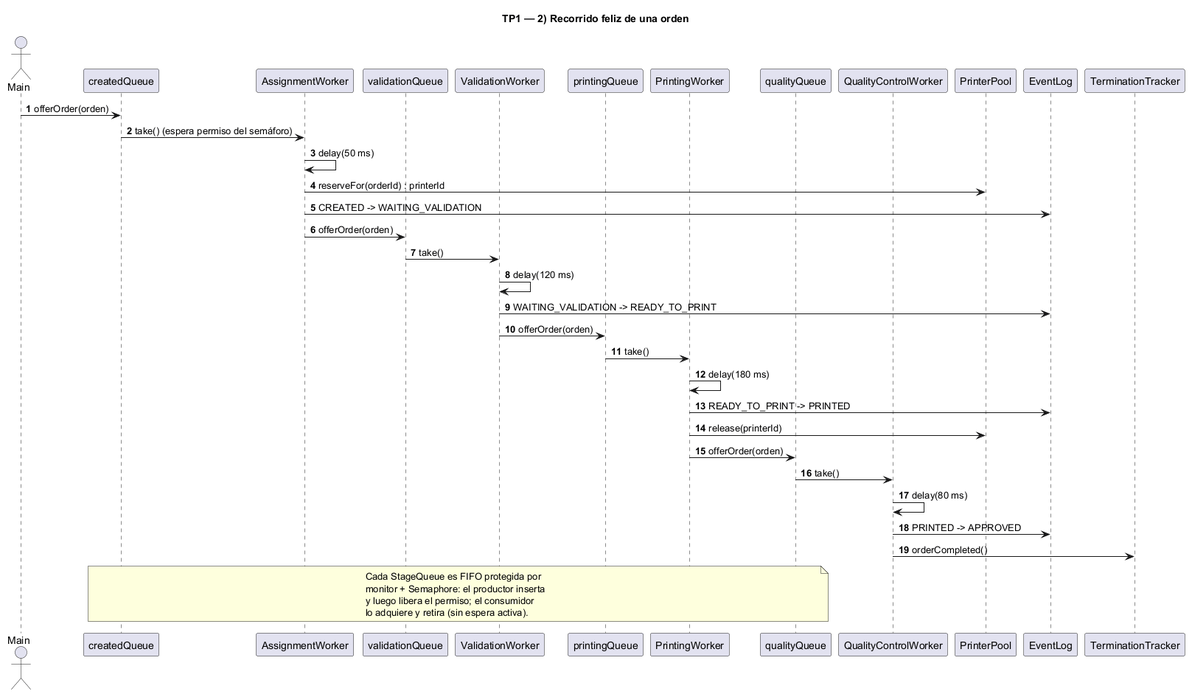
This is docs/diagramasSimples/diagrama-secuencia-2-recorrido.png from ValentinoZucchellaPaz/tp1-pcyp-2026, a PlantUML export, as it was before one commit. Its diagram source:
```plantuml
@startuml diagrama-secuencia-2-recorrido
title TP1 — 2) Recorrido feliz de una orden
autonumber

actor Main
participant "createdQueue" as CQ
participant "AssignmentWorker" as AW
participant "validationQueue" as VQ
participant "ValidationWorker" as VW
participant "printingQueue" as PQ
participant "PrintingWorker" as PW
participant "qualityQueue" as QQ
participant "QualityControlWorker" as QW
participant "PrinterPool" as PP
participant "EventLog" as EL
participant "TerminationTracker" as TT

Main -> CQ : offerOrder(orden)
CQ -> AW : take() (espera permiso del semáforo)
AW -> AW : delay(50 ms)
AW -> PP : reserveFor(orderId) : printerId
AW -> EL : CREATED -> WAITING_VALIDATION
AW -> VQ : offerOrder(orden)

VQ -> VW : take()
VW -> VW : delay(120 ms)
VW -> EL : WAITING_VALIDATION -> READY_TO_PRINT
VW -> PQ : offerOrder(orden)

PQ -> PW : take()
PW -> PW : delay(180 ms)
PW -> EL : READY_TO_PRINT -> PRINTED
PW -> PP : release(printerId)
PW -> QQ : offerOrder(orden)

QQ -> QW : take()
QW -> QW : delay(80 ms)
QW -> EL : PRINTED -> APPROVED
QW -> TT : orderCompleted()

note over CQ, QQ
  Cada StageQueue es FIFO protegida por
  monitor + Semaphore: el productor inserta
  y luego libera el permiso; el consumidor
  lo adquiere y retira (sin espera activa).
end note

@enduml
```
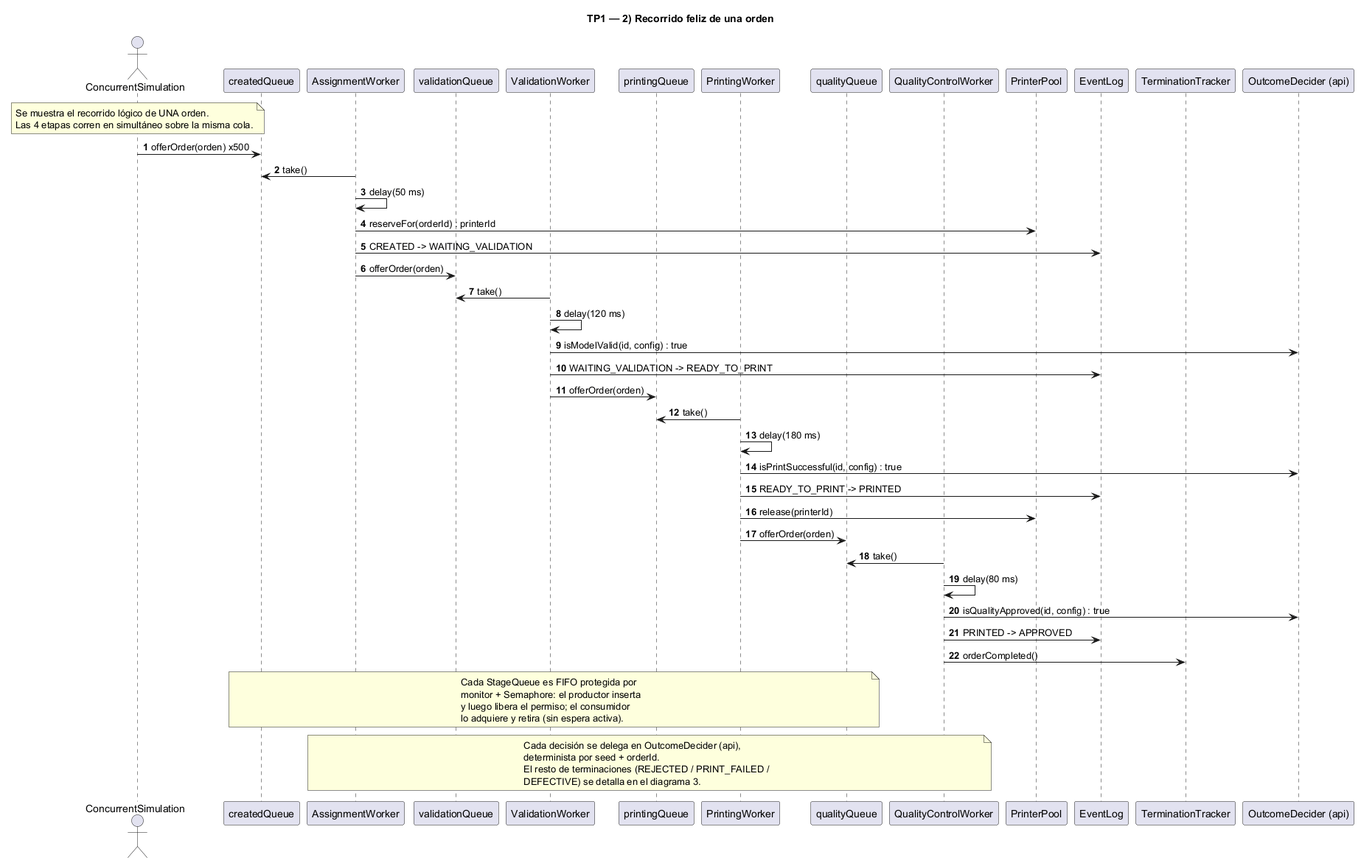
After the change.

Commit message:
docs: refinar diagramas de secuencia 2-4 (OutcomeDecider, DEFECTIVE, terminacion)

What changed in the source:
```diff
@@ -2,7 +2,7 @@
 title TP1 — 2) Recorrido feliz de una orden
 autonumber
 
-actor Main
+actor ConcurrentSimulation as CS
 participant "createdQueue" as CQ
 participant "AssignmentWorker" as AW
 participant "validationQueue" as VQ
@@ -14,27 +14,36 @@
 participant "PrinterPool" as PP
 participant "EventLog" as EL
 participant "TerminationTracker" as TT
+participant "OutcomeDecider (api)" as OD
 
-Main -> CQ : offerOrder(orden)
-CQ -> AW : take() (espera permiso del semáforo)
+note over CS
+  Se muestra el recorrido lógico de UNA orden.
+  Las 4 etapas corren en simultáneo sobre la misma cola.
+end note
+
+CS -> CQ : offerOrder(orden) x500
+AW -> CQ : take()
 AW -> AW : delay(50 ms)
 AW -> PP : reserveFor(orderId) : printerId
 AW -> EL : CREATED -> WAITING_VALIDATION
 AW -> VQ : offerOrder(orden)
 
-VQ -> VW : take()
+VW -> VQ : take()
 VW -> VW : delay(120 ms)
+VW -> OD : isModelValid(id, config) : true
 VW -> EL : WAITING_VALIDATION -> READY_TO_PRINT
 VW -> PQ : offerOrder(orden)
 
-PQ -> PW : take()
+PW -> PQ : take()
 PW -> PW : delay(180 ms)
+PW -> OD : isPrintSuccessful(id, config) : true
 PW -> EL : READY_TO_PRINT -> PRINTED
 PW -> PP : release(printerId)
 PW -> QQ : offerOrder(orden)
 
-QQ -> QW : take()
+QW -> QQ : take()
 QW -> QW : delay(80 ms)
+QW -> OD : isQualityApproved(id, config) : true
 QW -> EL : PRINTED -> APPROVED
 QW -> TT : orderCompleted()
 
@@ -45,4 +54,11 @@
   lo adquiere y retira (sin espera activa).
 end note
 
+note over AW, QW
+  Cada decisión se delega en OutcomeDecider (api),
+  determinista por seed + orderId.
+  El resto de terminaciones (REJECTED / PRINT_FAILED /
+  DEFECTIVE) se detalla en el diagrama 3.
+end note
+
 @enduml
```
